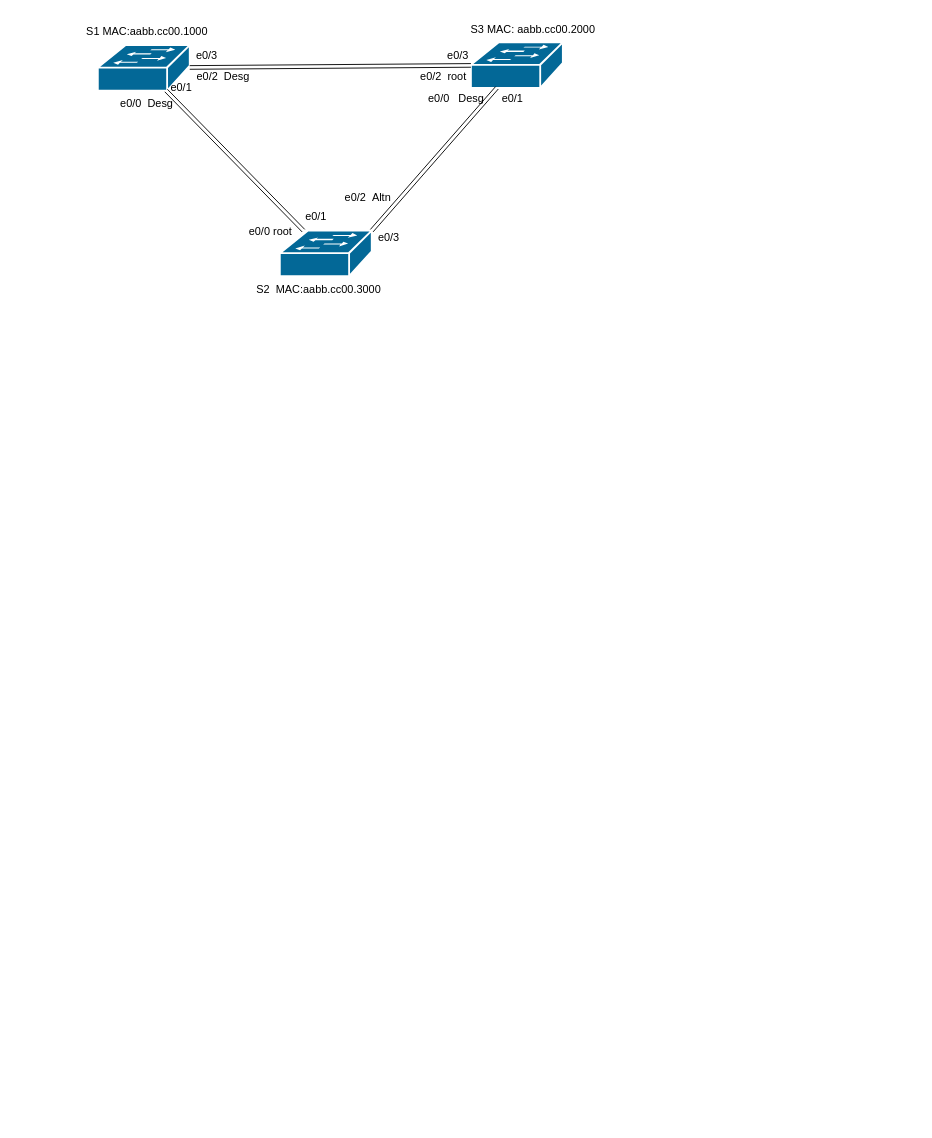
This is lab_02_stp/topology.drawio from alena250892/otus_network_engineer, a draw.io file, before an edit. Source tidied: cells renumbered, new cells numbered last; positions are measured from the earlier drawing's top-left corner, leaving out a move shared by most shapes. Both pictures are drawn from the tidied source at 91%, with x=0, y=0 at pixel (53, 15).
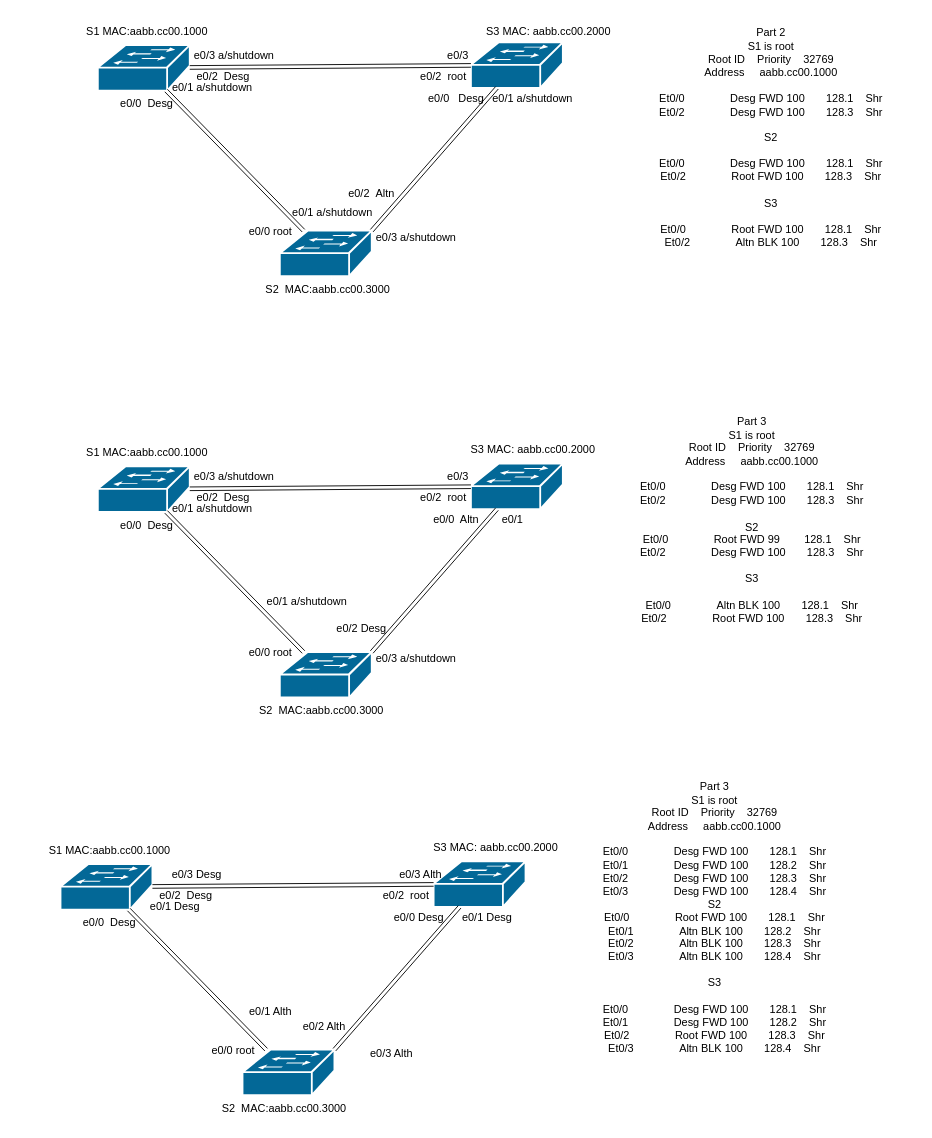
Above is the later version.

Change to the diagram source:
```diff
@@
     <mxCell id="9" value="S3 MAC: aabb.cc00.2000" style="text;strokeColor=none;align=center;fillColor=none;html=1;verticalAlign=middle;whiteSpace=wrap;rounded=0;" parent="1" vertex="1">
-      <mxGeometry x="447" width="161" height="30" as="geometry" />
+      <mxGeometry x="463.5" y="2" width="161" height="30" as="geometry" />
     </mxCell>
     <mxCell id="10" value="S2&amp;nbsp; MAC:aabb.cc00.3000" style="text;strokeColor=none;align=center;fillColor=none;html=1;verticalAlign=middle;whiteSpace=wrap;rounded=0;" parent="1" vertex="1">
-      <mxGeometry x="207" y="286" width="170" height="30" as="geometry" />
+      <mxGeometry x="217" y="286" width="170" height="30" as="geometry" />
     </mxCell>
-    <mxCell id="11" value="e0/3" style="text;strokeColor=none;align=center;fillColor=none;html=1;verticalAlign=middle;whiteSpace=wrap;rounded=0;" parent="1" vertex="1">
-      <mxGeometry x="139" y="29" width="60" height="30" as="geometry" />
+    <mxCell id="11" value="e0/3 a/shutdown" style="text;strokeColor=none;align=center;fillColor=none;html=1;verticalAlign=middle;whiteSpace=wrap;rounded=0;" parent="1" vertex="1">
+      <mxGeometry x="139" y="29" width="120" height="30" as="geometry" />
     </mxCell>
@@
-    <mxCell id="13" value="e0/3" style="text;strokeColor=none;align=center;fillColor=none;html=1;verticalAlign=middle;whiteSpace=wrap;rounded=0;" parent="1" vertex="1">
-      <mxGeometry x="339" y="229" width="60" height="30" as="geometry" />
+    <mxCell id="13" value="e0/3 a/shutdown" style="text;strokeColor=none;align=center;fillColor=none;html=1;verticalAlign=middle;whiteSpace=wrap;rounded=0;" parent="1" vertex="1">
+      <mxGeometry x="339" y="229" width="120" height="30" as="geometry" />
     </mxCell>
@@
-    <mxCell id="17" value="e0/1" style="text;strokeColor=none;align=center;fillColor=none;html=1;verticalAlign=middle;whiteSpace=wrap;rounded=0;" parent="1" vertex="1">
-      <mxGeometry x="111" y="64" width="60" height="30" as="geometry" />
+    <mxCell id="17" value="e0/1 a/shutdown" style="text;strokeColor=none;align=center;fillColor=none;html=1;verticalAlign=middle;whiteSpace=wrap;rounded=0;" parent="1" vertex="1">
+      <mxGeometry x="111" y="64" width="128" height="30" as="geometry" />
     </mxCell>
-    <mxCell id="18" value="e0/1" style="text;strokeColor=none;align=center;fillColor=none;html=1;verticalAlign=middle;whiteSpace=wrap;rounded=0;" parent="1" vertex="1">
-      <mxGeometry x="475" y="76" width="60" height="30" as="geometry" />
+    <mxCell id="18" value="e0/1 a/shutdown" style="text;strokeColor=none;align=center;fillColor=none;html=1;verticalAlign=middle;whiteSpace=wrap;rounded=0;" parent="1" vertex="1">
+      <mxGeometry x="475" y="76" width="104" height="30" as="geometry" />
     </mxCell>
-    <mxCell id="19" value="e0/1" style="text;strokeColor=none;align=center;fillColor=none;html=1;verticalAlign=middle;whiteSpace=wrap;rounded=0;" parent="1" vertex="1">
-      <mxGeometry x="259" y="206" width="60" height="30" as="geometry" />
+    <mxCell id="19" value="e0/1 a/shutdown" style="text;strokeColor=none;align=center;fillColor=none;html=1;verticalAlign=middle;whiteSpace=wrap;rounded=0;" parent="1" vertex="1">
+      <mxGeometry x="257" y="201" width="100" height="30" as="geometry" />
     </mxCell>
     <mxCell id="20" value="e0/2&amp;nbsp;&amp;nbsp;Altn" style="text;strokeColor=none;align=center;fillColor=none;html=1;verticalAlign=middle;whiteSpace=wrap;rounded=0;" parent="1" vertex="1">
-      <mxGeometry x="316" y="185" width="60" height="30" as="geometry" />
+      <mxGeometry x="320" y="181" width="60" height="30" as="geometry" />
     </mxCell>
@@
+    <mxCell id="23" value="Part 2&lt;div&gt;&lt;div&gt;S1 is root&lt;/div&gt;&lt;div&gt;Root ID&amp;nbsp; &amp;nbsp; Priority&amp;nbsp; &amp;nbsp; 32769&lt;/div&gt;&lt;div&gt;Address&amp;nbsp; &amp;nbsp; &amp;nbsp;aabb.cc00.1000&lt;/div&gt;&lt;div&gt;&lt;br&gt;&lt;/div&gt;&lt;div&gt;Et0/0&amp;nbsp; &amp;nbsp; &amp;nbsp; &amp;nbsp; &amp;nbsp; &amp;nbsp; &amp;nbsp; &amp;nbsp;Desg FWD 100&amp;nbsp; &amp;nbsp; &amp;nbsp; &amp;nbsp;128.1&amp;nbsp; &amp;nbsp; Shr&lt;/div&gt;&lt;div&gt;Et0/2&amp;nbsp; &amp;nbsp; &amp;nbsp; &amp;nbsp; &amp;nbsp; &amp;nbsp; &amp;nbsp; &amp;nbsp;Desg FWD 100&amp;nbsp; &amp;nbsp; &amp;nbsp; &amp;nbsp;128.3&amp;nbsp; &amp;nbsp; Shr&lt;/div&gt;&lt;div&gt;&lt;br&gt;&lt;/div&gt;&lt;div&gt;S2&lt;/div&gt;&lt;div&gt;&lt;br&gt;&lt;/div&gt;&lt;div&gt;Et0/0&amp;nbsp; &amp;nbsp; &amp;nbsp; &amp;nbsp; &amp;nbsp; &amp;nbsp; &amp;nbsp; &amp;nbsp;Desg FWD 100&amp;nbsp; &amp;nbsp; &amp;nbsp; &amp;nbsp;128.1&amp;nbsp; &amp;nbsp; Shr&lt;/div&gt;&lt;div&gt;Et0/2&amp;nbsp; &amp;nbsp; &amp;nbsp; &amp;nbsp; &amp;nbsp; &amp;nbsp; &amp;nbsp; &amp;nbsp;Root FWD 100&amp;nbsp; &amp;nbsp; &amp;nbsp; &amp;nbsp;128.3&amp;nbsp; &amp;nbsp; Shr&lt;/div&gt;&lt;div&gt;&lt;br&gt;&lt;/div&gt;&lt;div&gt;S3&lt;/div&gt;&lt;div&gt;&lt;br&gt;&lt;/div&gt;&lt;div&gt;Et0/0&amp;nbsp; &amp;nbsp; &amp;nbsp; &amp;nbsp; &amp;nbsp; &amp;nbsp; &amp;nbsp; &amp;nbsp;Root FWD 100&amp;nbsp; &amp;nbsp; &amp;nbsp; &amp;nbsp;128.1&amp;nbsp; &amp;nbsp; Shr&lt;/div&gt;&lt;div&gt;Et0/2&amp;nbsp; &amp;nbsp; &amp;nbsp; &amp;nbsp; &amp;nbsp; &amp;nbsp; &amp;nbsp; &amp;nbsp;Altn BLK 100&amp;nbsp; &amp;nbsp; &amp;nbsp; &amp;nbsp;128.3&amp;nbsp; &amp;nbsp; Shr&lt;/div&gt;&lt;/div&gt;" style="text;strokeColor=none;align=center;fillColor=none;html=1;verticalAlign=middle;whiteSpace=wrap;rounded=0;" parent="1" vertex="1">
+      <mxGeometry x="629" y="119" width="320" height="30" as="geometry" />
+    </mxCell>
+    <mxCell id="24" style="shape=mxgraph.cisco.switches.workgroup_switch;sketch=0;html=1;dashed=0;fillColor=#036897;strokeColor=#ffffff;strokeWidth=2;verticalLabelPosition=bottom;verticalAlign=top;align=center;outlineConnect=0;" parent="1" vertex="1">
+      <mxGeometry x="49" y="495" width="101" height="50" as="geometry" />
+    </mxCell>
+    <mxCell id="25" style="shape=mxgraph.cisco.switches.workgroup_switch;sketch=0;html=1;dashed=0;fillColor=#036897;strokeColor=#ffffff;strokeWidth=2;verticalLabelPosition=bottom;verticalAlign=top;align=center;outlineConnect=0;" parent="1" vertex="1">
+      <mxGeometry x="459" y="492" width="101" height="50" as="geometry" />
+    </mxCell>
+    <mxCell id="26" style="shape=mxgraph.cisco.switches.workgroup_switch;sketch=0;html=1;dashed=0;fillColor=#036897;strokeColor=#ffffff;strokeWidth=2;verticalLabelPosition=bottom;verticalAlign=top;align=center;outlineConnect=0;" parent="1" vertex="1">
+      <mxGeometry x="249" y="699" width="101" height="50" as="geometry" />
+    </mxCell>
+    <mxCell id="27" style="jettySize=auto;html=1;rounded=0;exitX=1;exitY=0;exitDx=0;exitDy=0;exitPerimeter=0;shape=link;" parent="1" edge="1" source="26" target="25">
+      <mxGeometry relative="1" as="geometry" />
+    </mxCell>
+    <mxCell id="28" style="jettySize=auto;html=1;rounded=0;shape=link;" parent="1" edge="1" source="26" target="24">
+      <mxGeometry relative="1" as="geometry" />
+    </mxCell>
+    <mxCell id="29" style="jettySize=auto;html=1;rounded=0;shape=link;" parent="1" edge="1" source="25" target="24">
+      <mxGeometry relative="1" as="geometry" />
+    </mxCell>
+    <mxCell id="30" value="S1 MAC:aabb.cc00.1000&amp;nbsp;" style="text;strokeColor=none;align=center;fillColor=none;html=1;verticalAlign=middle;whiteSpace=wrap;rounded=0;" parent="1" vertex="1">
+      <mxGeometry y="465" width="210" height="30" as="geometry" />
+    </mxCell>
+    <mxCell id="31" value="S3 MAC: aabb.cc00.2000" style="text;strokeColor=none;align=center;fillColor=none;html=1;verticalAlign=middle;whiteSpace=wrap;rounded=0;" parent="1" vertex="1">
+      <mxGeometry x="446.5" y="462" width="161" height="30" as="geometry" />
+    </mxCell>
+    <mxCell id="32" value="S2&amp;nbsp; MAC:aabb.cc00.3000" style="text;strokeColor=none;align=center;fillColor=none;html=1;verticalAlign=middle;whiteSpace=wrap;rounded=0;" parent="1" vertex="1">
+      <mxGeometry x="210" y="749" width="170" height="30" as="geometry" />
+    </mxCell>
+    <mxCell id="33" value="e0/3 a/shutdown" style="text;strokeColor=none;align=center;fillColor=none;html=1;verticalAlign=middle;whiteSpace=wrap;rounded=0;" parent="1" vertex="1">
+      <mxGeometry x="139" y="492" width="120" height="30" as="geometry" />
+    </mxCell>
+    <mxCell id="34" value="e0/3" style="text;strokeColor=none;align=center;fillColor=none;html=1;verticalAlign=middle;whiteSpace=wrap;rounded=0;" parent="1" vertex="1">
+      <mxGeometry x="415" y="492" width="60" height="30" as="geometry" />
+    </mxCell>
+    <mxCell id="35" value="e0/3 a/shutdown" style="text;strokeColor=none;align=center;fillColor=none;html=1;verticalAlign=middle;whiteSpace=wrap;rounded=0;" parent="1" vertex="1">
+      <mxGeometry x="339" y="692" width="120" height="30" as="geometry" />
+    </mxCell>
+    <mxCell id="36" value="e0/0&amp;nbsp;&amp;nbsp;Desg" style="text;strokeColor=none;align=center;fillColor=none;html=1;verticalAlign=middle;whiteSpace=wrap;rounded=0;" parent="1" vertex="1">
+      <mxGeometry x="73" y="545" width="60" height="30" as="geometry" />
+    </mxCell>
+    <mxCell id="37" value="e0/0&amp;nbsp; Altn" style="text;strokeColor=none;align=center;fillColor=none;html=1;verticalAlign=middle;whiteSpace=wrap;rounded=0;" parent="1" vertex="1">
+      <mxGeometry x="413" y="539" width="60" height="30" as="geometry" />
+    </mxCell>
+    <mxCell id="38" value="e0/0&amp;nbsp;root" style="text;strokeColor=none;align=center;fillColor=none;html=1;verticalAlign=middle;whiteSpace=wrap;rounded=0;" parent="1" vertex="1">
+      <mxGeometry x="209" y="685" width="60" height="30" as="geometry" />
+    </mxCell>
+    <mxCell id="39" value="e0/1 a/shutdown" style="text;strokeColor=none;align=center;fillColor=none;html=1;verticalAlign=middle;whiteSpace=wrap;rounded=0;" parent="1" vertex="1">
+      <mxGeometry x="111" y="527" width="128" height="30" as="geometry" />
+    </mxCell>
+    <mxCell id="40" value="e0/1" style="text;strokeColor=none;align=center;fillColor=none;html=1;verticalAlign=middle;whiteSpace=wrap;rounded=0;" parent="1" vertex="1">
+      <mxGeometry x="475" y="539" width="60" height="30" as="geometry" />
+    </mxCell>
+    <mxCell id="41" value="e0/1 a/shutdown" style="text;strokeColor=none;align=center;fillColor=none;html=1;verticalAlign=middle;whiteSpace=wrap;rounded=0;" parent="1" vertex="1">
+      <mxGeometry x="229" y="629" width="100" height="30" as="geometry" />
+    </mxCell>
+    <mxCell id="42" value="e0/2 Desg" style="text;strokeColor=none;align=center;fillColor=none;html=1;verticalAlign=middle;whiteSpace=wrap;rounded=0;" parent="1" vertex="1">
+      <mxGeometry x="309" y="659" width="60" height="30" as="geometry" />
+    </mxCell>
+    <mxCell id="43" value="e0/2&amp;nbsp;&amp;nbsp;Desg" style="text;strokeColor=none;align=center;fillColor=none;html=1;verticalAlign=middle;whiteSpace=wrap;rounded=0;" parent="1" vertex="1">
+      <mxGeometry x="157" y="515" width="60" height="30" as="geometry" />
+    </mxCell>
+    <mxCell id="44" value="e0/2&amp;nbsp;&amp;nbsp;root" style="text;strokeColor=none;align=center;fillColor=none;html=1;verticalAlign=middle;whiteSpace=wrap;rounded=0;" parent="1" vertex="1">
+      <mxGeometry x="399" y="515" width="60" height="30" as="geometry" />
+    </mxCell>
+    <mxCell id="45" value="Part 3&lt;div&gt;&lt;div&gt;S1 is root&lt;/div&gt;&lt;div&gt;Root ID&amp;nbsp; &amp;nbsp; Priority&amp;nbsp; &amp;nbsp; 32769&lt;/div&gt;&lt;div&gt;Address&amp;nbsp; &amp;nbsp; &amp;nbsp;aabb.cc00.1000&lt;/div&gt;&lt;div&gt;&lt;br&gt;&lt;/div&gt;&lt;div&gt;Et0/0&amp;nbsp; &amp;nbsp; &amp;nbsp; &amp;nbsp; &amp;nbsp; &amp;nbsp; &amp;nbsp; &amp;nbsp;Desg FWD 100&amp;nbsp; &amp;nbsp; &amp;nbsp; &amp;nbsp;128.1&amp;nbsp; &amp;nbsp; Shr&lt;/div&gt;&lt;div&gt;Et0/2&amp;nbsp; &amp;nbsp; &amp;nbsp; &amp;nbsp; &amp;nbsp; &amp;nbsp; &amp;nbsp; &amp;nbsp;Desg FWD 100&amp;nbsp; &amp;nbsp; &amp;nbsp; &amp;nbsp;128.3&amp;nbsp; &amp;nbsp; Shr&lt;/div&gt;&lt;div&gt;&lt;br&gt;&lt;/div&gt;&lt;div&gt;S2&lt;/div&gt;&lt;div&gt;&lt;span style=&quot;background-color: initial;&quot;&gt;Et0/0&amp;nbsp; &amp;nbsp; &amp;nbsp; &amp;nbsp; &amp;nbsp; &amp;nbsp; &amp;nbsp; &amp;nbsp;Root FWD 99&amp;nbsp; &amp;nbsp; &amp;nbsp; &amp;nbsp; 128.1&amp;nbsp; &amp;nbsp; Shr&lt;/span&gt;&lt;/div&gt;&lt;div&gt;&lt;div&gt;Et0/2&amp;nbsp; &amp;nbsp; &amp;nbsp; &amp;nbsp; &amp;nbsp; &amp;nbsp; &amp;nbsp; &amp;nbsp;Desg FWD 100&amp;nbsp; &amp;nbsp; &amp;nbsp; &amp;nbsp;128.3&amp;nbsp; &amp;nbsp; Shr&lt;/div&gt;&lt;/div&gt;&lt;div&gt;&lt;br&gt;&lt;/div&gt;&lt;div&gt;S3&lt;/div&gt;&lt;div&gt;&lt;br&gt;&lt;/div&gt;&lt;div&gt;&lt;div&gt;Et0/0&amp;nbsp; &amp;nbsp; &amp;nbsp; &amp;nbsp; &amp;nbsp; &amp;nbsp; &amp;nbsp; &amp;nbsp;Altn BLK 100&amp;nbsp; &amp;nbsp; &amp;nbsp; &amp;nbsp;128.1&amp;nbsp; &amp;nbsp; Shr&lt;/div&gt;&lt;div&gt;Et0/2&amp;nbsp; &amp;nbsp; &amp;nbsp; &amp;nbsp; &amp;nbsp; &amp;nbsp; &amp;nbsp; &amp;nbsp;Root FWD 100&amp;nbsp; &amp;nbsp; &amp;nbsp; &amp;nbsp;128.3&amp;nbsp; &amp;nbsp; Shr&lt;/div&gt;&lt;/div&gt;&lt;/div&gt;" style="text;strokeColor=none;align=center;fillColor=none;html=1;verticalAlign=middle;whiteSpace=wrap;rounded=0;" parent="1" vertex="1">
+      <mxGeometry x="607.5" y="539" width="320" height="30" as="geometry" />
+    </mxCell>
+    <mxCell id="46" style="shape=mxgraph.cisco.switches.workgroup_switch;sketch=0;html=1;dashed=0;fillColor=#036897;strokeColor=#ffffff;strokeWidth=2;verticalLabelPosition=bottom;verticalAlign=top;align=center;outlineConnect=0;" parent="1" vertex="1">
+      <mxGeometry x="8" y="932" width="101" height="50" as="geometry" />
+    </mxCell>
+    <mxCell id="47" style="shape=mxgraph.cisco.switches.workgroup_switch;sketch=0;html=1;dashed=0;fillColor=#036897;strokeColor=#ffffff;strokeWidth=2;verticalLabelPosition=bottom;verticalAlign=top;align=center;outlineConnect=0;" parent="1" vertex="1">
+      <mxGeometry x="418" y="929" width="101" height="50" as="geometry" />
+    </mxCell>
+    <mxCell id="48" style="shape=mxgraph.cisco.switches.workgroup_switch;sketch=0;html=1;dashed=0;fillColor=#036897;strokeColor=#ffffff;strokeWidth=2;verticalLabelPosition=bottom;verticalAlign=top;align=center;outlineConnect=0;" parent="1" vertex="1">
+      <mxGeometry x="208" y="1136" width="101" height="50" as="geometry" />
+    </mxCell>
+    <mxCell id="49" style="jettySize=auto;html=1;rounded=0;exitX=1;exitY=0;exitDx=0;exitDy=0;exitPerimeter=0;shape=link;" parent="1" edge="1" source="48" target="47">
+      <mxGeometry relative="1" as="geometry" />
+    </mxCell>
+    <mxCell id="50" style="jettySize=auto;html=1;rounded=0;shape=link;" parent="1" edge="1" source="48" target="46">
+      <mxGeometry relative="1" as="geometry" />
+    </mxCell>
+    <mxCell id="51" style="jettySize=auto;html=1;rounded=0;shape=link;" parent="1" edge="1" source="47" target="46">
+      <mxGeometry relative="1" as="geometry" />
+    </mxCell>
+    <mxCell id="52" value="S1 MAC:aabb.cc00.1000&amp;nbsp;" style="text;strokeColor=none;align=center;fillColor=none;html=1;verticalAlign=middle;whiteSpace=wrap;rounded=0;" parent="1" vertex="1">
+      <mxGeometry x="-41" y="902" width="210" height="30" as="geometry" />
+    </mxCell>
+    <mxCell id="53" value="S3 MAC: aabb.cc00.2000" style="text;strokeColor=none;align=center;fillColor=none;html=1;verticalAlign=middle;whiteSpace=wrap;rounded=0;" parent="1" vertex="1">
+      <mxGeometry x="405.5" y="899" width="161" height="30" as="geometry" />
+    </mxCell>
+    <mxCell id="54" value="S2&amp;nbsp; MAC:aabb.cc00.3000" style="text;strokeColor=none;align=center;fillColor=none;html=1;verticalAlign=middle;whiteSpace=wrap;rounded=0;" parent="1" vertex="1">
+      <mxGeometry x="169" y="1186" width="170" height="30" as="geometry" />
+    </mxCell>
+    <mxCell id="55" value="e0/3 Desg" style="text;strokeColor=none;align=center;fillColor=none;html=1;verticalAlign=middle;whiteSpace=wrap;rounded=0;" parent="1" vertex="1">
+      <mxGeometry x="98" y="929" width="120" height="30" as="geometry" />
+    </mxCell>
+    <mxCell id="56" value="e0/3 Alth" style="text;strokeColor=none;align=center;fillColor=none;html=1;verticalAlign=middle;whiteSpace=wrap;rounded=0;" parent="1" vertex="1">
+      <mxGeometry x="374" y="929" width="60" height="30" as="geometry" />
+    </mxCell>
+    <mxCell id="57" value="e0/3 Alth" style="text;strokeColor=none;align=center;fillColor=none;html=1;verticalAlign=middle;whiteSpace=wrap;rounded=0;" parent="1" vertex="1">
+      <mxGeometry x="312" y="1126" width="120" height="30" as="geometry" />
+    </mxCell>
+    <mxCell id="58" value="e0/0&amp;nbsp;&amp;nbsp;Desg" style="text;strokeColor=none;align=center;fillColor=none;html=1;verticalAlign=middle;whiteSpace=wrap;rounded=0;" parent="1" vertex="1">
+      <mxGeometry x="32" y="982" width="60" height="30" as="geometry" />
+    </mxCell>
+    <mxCell id="59" value="e0/0 Desg" style="text;strokeColor=none;align=center;fillColor=none;html=1;verticalAlign=middle;whiteSpace=wrap;rounded=0;" parent="1" vertex="1">
+      <mxGeometry x="372" y="976" width="60" height="30" as="geometry" />
+    </mxCell>
+    <mxCell id="60" value="e0/0&amp;nbsp;root" style="text;strokeColor=none;align=center;fillColor=none;html=1;verticalAlign=middle;whiteSpace=wrap;rounded=0;" parent="1" vertex="1">
+      <mxGeometry x="168" y="1122" width="60" height="30" as="geometry" />
+    </mxCell>
+    <mxCell id="61" value="e0/1 Desg" style="text;strokeColor=none;align=center;fillColor=none;html=1;verticalAlign=middle;whiteSpace=wrap;rounded=0;" parent="1" vertex="1">
+      <mxGeometry x="70" y="964" width="128" height="30" as="geometry" />
+    </mxCell>
+    <mxCell id="62" value="e0/1 Desg" style="text;strokeColor=none;align=center;fillColor=none;html=1;verticalAlign=middle;whiteSpace=wrap;rounded=0;" parent="1" vertex="1">
+      <mxGeometry x="446.5" y="976" width="60" height="30" as="geometry" />
+    </mxCell>
+    <mxCell id="63" value="e0/1 Alth" style="text;strokeColor=none;align=center;fillColor=none;html=1;verticalAlign=middle;whiteSpace=wrap;rounded=0;" parent="1" vertex="1">
+      <mxGeometry x="189" y="1079" width="100" height="30" as="geometry" />
+    </mxCell>
+    <mxCell id="64" value="e0/2 Alth" style="text;strokeColor=none;align=center;fillColor=none;html=1;verticalAlign=middle;whiteSpace=wrap;rounded=0;" parent="1" vertex="1">
+      <mxGeometry x="268" y="1096" width="60" height="30" as="geometry" />
+    </mxCell>
+    <mxCell id="65" value="e0/2&amp;nbsp;&amp;nbsp;Desg" style="text;strokeColor=none;align=center;fillColor=none;html=1;verticalAlign=middle;whiteSpace=wrap;rounded=0;" parent="1" vertex="1">
+      <mxGeometry x="116" y="952" width="60" height="30" as="geometry" />
+    </mxCell>
+    <mxCell id="66" value="e0/2&amp;nbsp;&amp;nbsp;root" style="text;strokeColor=none;align=center;fillColor=none;html=1;verticalAlign=middle;whiteSpace=wrap;rounded=0;" parent="1" vertex="1">
+      <mxGeometry x="358" y="952" width="60" height="30" as="geometry" />
+    </mxCell>
+    <mxCell id="67" value="Part 3&lt;div&gt;&lt;div&gt;S1 is root&lt;/div&gt;&lt;div&gt;Root ID&amp;nbsp; &amp;nbsp; Priority&amp;nbsp; &amp;nbsp; 32769&lt;/div&gt;&lt;div&gt;Address&amp;nbsp; &amp;nbsp; &amp;nbsp;aabb.cc00.1000&lt;/div&gt;&lt;div&gt;&lt;br&gt;&lt;/div&gt;&lt;div&gt;&lt;div&gt;Et0/0&amp;nbsp; &amp;nbsp; &amp;nbsp; &amp;nbsp; &amp;nbsp; &amp;nbsp; &amp;nbsp; &amp;nbsp;Desg FWD 100&amp;nbsp; &amp;nbsp; &amp;nbsp; &amp;nbsp;128.1&amp;nbsp; &amp;nbsp; Shr&lt;/div&gt;&lt;div&gt;Et0/1&amp;nbsp; &amp;nbsp; &amp;nbsp; &amp;nbsp; &amp;nbsp; &amp;nbsp; &amp;nbsp; &amp;nbsp;Desg FWD 100&amp;nbsp; &amp;nbsp; &amp;nbsp; &amp;nbsp;128.2&amp;nbsp; &amp;nbsp; Shr&lt;/div&gt;&lt;div&gt;Et0/2&amp;nbsp; &amp;nbsp; &amp;nbsp; &amp;nbsp; &amp;nbsp; &amp;nbsp; &amp;nbsp; &amp;nbsp;Desg FWD 100&amp;nbsp; &amp;nbsp; &amp;nbsp; &amp;nbsp;128.3&amp;nbsp; &amp;nbsp; Shr&lt;/div&gt;&lt;div&gt;Et0/3&amp;nbsp; &amp;nbsp; &amp;nbsp; &amp;nbsp; &amp;nbsp; &amp;nbsp; &amp;nbsp; &amp;nbsp;Desg FWD 100&amp;nbsp; &amp;nbsp; &amp;nbsp; &amp;nbsp;128.4&amp;nbsp; &amp;nbsp; Shr&lt;/div&gt;&lt;/div&gt;&lt;div&gt;S2&lt;/div&gt;&lt;div&gt;&lt;div&gt;Et0/0&amp;nbsp; &amp;nbsp; &amp;nbsp; &amp;nbsp; &amp;nbsp; &amp;nbsp; &amp;nbsp; &amp;nbsp;Root FWD 100&amp;nbsp; &amp;nbsp; &amp;nbsp; &amp;nbsp;128.1&amp;nbsp; &amp;nbsp; Shr&lt;/div&gt;&lt;div&gt;Et0/1&amp;nbsp; &amp;nbsp; &amp;nbsp; &amp;nbsp; &amp;nbsp; &amp;nbsp; &amp;nbsp; &amp;nbsp;Altn BLK 100&amp;nbsp; &amp;nbsp; &amp;nbsp; &amp;nbsp;128.2&amp;nbsp; &amp;nbsp; Shr&lt;/div&gt;&lt;div&gt;Et0/2&amp;nbsp; &amp;nbsp; &amp;nbsp; &amp;nbsp; &amp;nbsp; &amp;nbsp; &amp;nbsp; &amp;nbsp;Altn BLK 100&amp;nbsp; &amp;nbsp; &amp;nbsp; &amp;nbsp;128.3&amp;nbsp; &amp;nbsp; Shr&lt;/div&gt;&lt;div&gt;Et0/3&amp;nbsp; &amp;nbsp; &amp;nbsp; &amp;nbsp; &amp;nbsp; &amp;nbsp; &amp;nbsp; &amp;nbsp;Altn BLK 100&amp;nbsp; &amp;nbsp; &amp;nbsp; &amp;nbsp;128.4&amp;nbsp; &amp;nbsp; Shr&lt;/div&gt;&lt;/div&gt;&lt;div&gt;&lt;br&gt;&lt;/div&gt;&lt;div&gt;S3&lt;/div&gt;&lt;div&gt;&lt;br&gt;&lt;/div&gt;&lt;div&gt;&lt;div&gt;Et0/0&amp;nbsp; &amp;nbsp; &amp;nbsp; &amp;nbsp; &amp;nbsp; &amp;nbsp; &amp;nbsp; &amp;nbsp;Desg FWD 100&amp;nbsp; &amp;nbsp; &amp;nbsp; &amp;nbsp;128.1&amp;nbsp; &amp;nbsp; Shr&lt;/div&gt;&lt;div&gt;Et0/1&amp;nbsp; &amp;nbsp; &amp;nbsp; &amp;nbsp; &amp;nbsp; &amp;nbsp; &amp;nbsp; &amp;nbsp;Desg FWD 100&amp;nbsp; &amp;nbsp; &amp;nbsp; &amp;nbsp;128.2&amp;nbsp; &amp;nbsp; Shr&lt;/div&gt;&lt;div&gt;Et0/2&amp;nbsp; &amp;nbsp; &amp;nbsp; &amp;nbsp; &amp;nbsp; &amp;nbsp; &amp;nbsp; &amp;nbsp;Root FWD 100&amp;nbsp; &amp;nbsp; &amp;nbsp; &amp;nbsp;128.3&amp;nbsp; &amp;nbsp; Shr&lt;/div&gt;&lt;div&gt;Et0/3&amp;nbsp; &amp;nbsp; &amp;nbsp; &amp;nbsp; &amp;nbsp; &amp;nbsp; &amp;nbsp; &amp;nbsp;Altn BLK 100&amp;nbsp; &amp;nbsp; &amp;nbsp; &amp;nbsp;128.4&amp;nbsp; &amp;nbsp; Shr&lt;/div&gt;&lt;/div&gt;&lt;/div&gt;" style="text;strokeColor=none;align=center;fillColor=none;html=1;verticalAlign=middle;whiteSpace=wrap;rounded=0;" parent="1" vertex="1">
+      <mxGeometry x="566.5" y="976" width="320" height="30" as="geometry" />
+    </mxCell>
```
